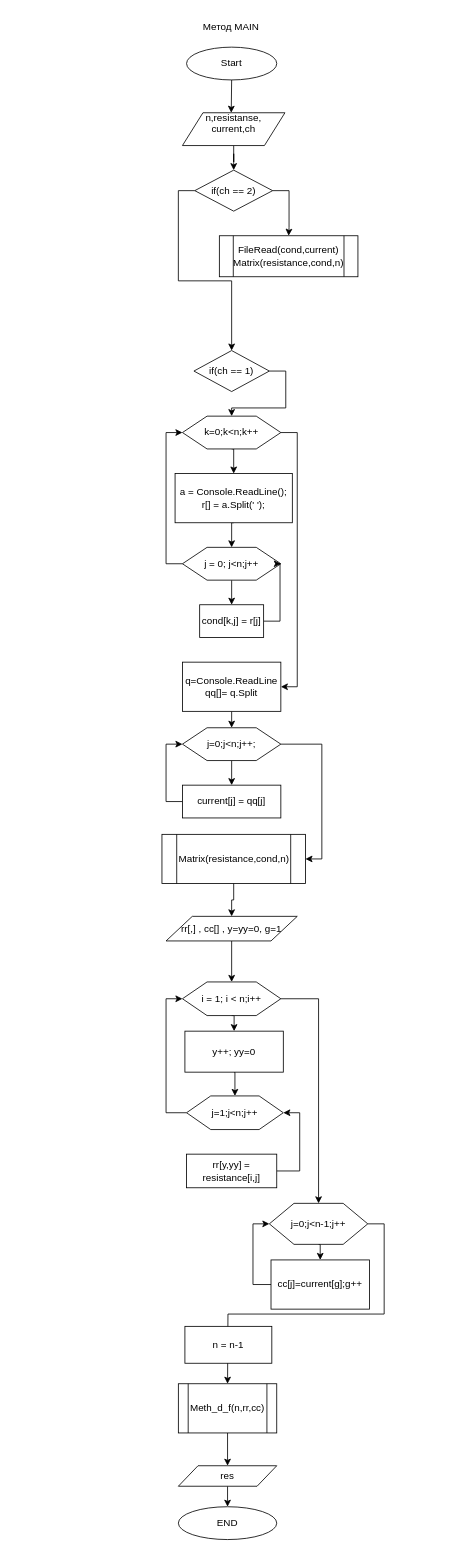
The draw.io diagram page "Page-1" (1 of 4) of Untitled Diagram.drawio in vvpykhtin/doublefact_meth, before the edit. Source tidied: cells renumbered, new cells numbered last; positions are measured from the earlier drawing's top-left corner, leaving out a move shared by most shapes. Both pictures are drawn from the tidied source at 82%, with x=0, y=0 at pixel (162, 19).
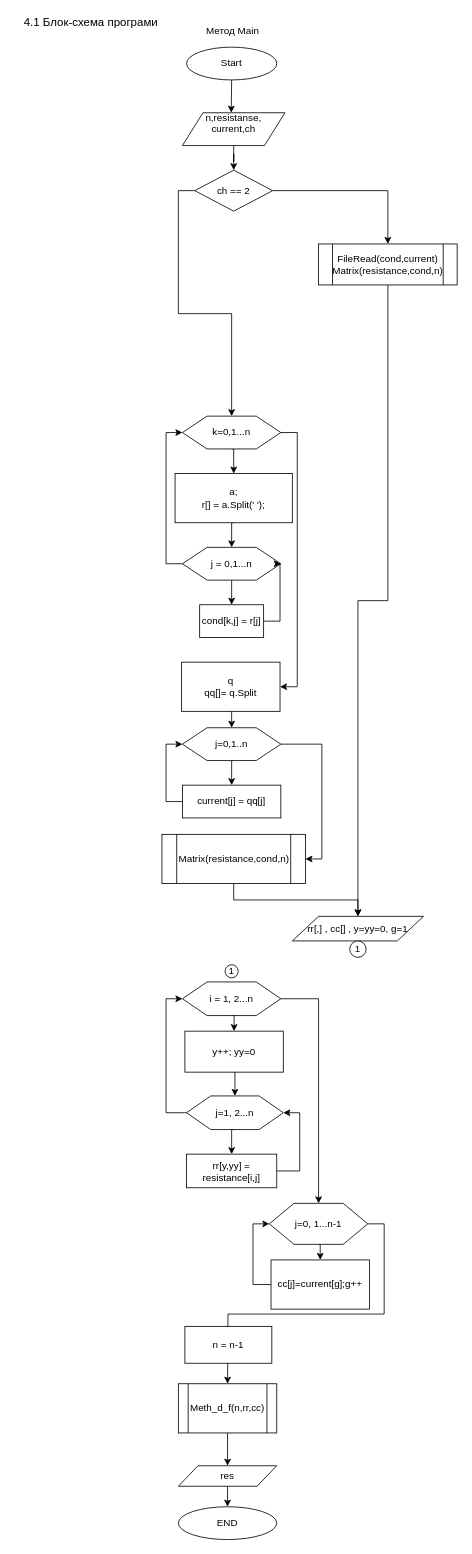
Above is the later version.

The change refers to these unchanged cells:
```xml
<mxCell id="42" value="rr[y,yy] = resistance[i,j]" style="rounded=0;whiteSpace=wrap;html=1;" parent="1" vertex="1">
  <mxGeometry x="30" y="1384" width="110" height="41" as="geometry" />
</mxCell>
```

The edit, as a diff of the source:
```diff
@@
-    <mxCell id="7" style="edgeStyle=orthogonalEdgeStyle;rounded=0;jettySize=auto;html=1;exitX=0;exitY=0.5;exitDx=0;exitDy=0;entryX=0.5;entryY=0;entryDx=0;entryDy=0;" parent="1" edge="1" source="8" target="11">
-      <mxGeometry relative="1" as="geometry" />
-    </mxCell>
+    <mxCell id="55" style="edgeStyle=orthogonalEdgeStyle;rounded=0;jettySize=auto;html=1;exitX=0;exitY=0.5;exitDx=0;exitDy=0;entryX=0.5;entryY=0;entryDx=0;entryDy=0;" parent="1" edge="1" source="8" target="14">
+      <mxGeometry relative="1" as="geometry" />
+    </mxCell>
-    <mxCell id="8" value="if(ch == 2)" style="rhombus;whiteSpace=wrap;html=1;" parent="1" vertex="1">
+    <mxCell id="8" value="ch == 2" style="rhombus;whiteSpace=wrap;html=1;" parent="1" vertex="1">
       <mxGeometry x="40" y="184" width="95" height="50" as="geometry" />
     </mxCell>
+    <mxCell id="56" style="edgeStyle=orthogonalEdgeStyle;rounded=0;jettySize=auto;html=1;exitX=0.5;exitY=1;exitDx=0;exitDy=0;" parent="1" edge="1" source="9" target="35">
+      <mxGeometry relative="1" as="geometry" />
+    </mxCell>
     <mxCell id="9" value="FileRead(cond,current)&lt;br&gt;Matrix(resistance,cond,n)" style="shape=process;whiteSpace=wrap;html=1;backgroundOutline=1;" parent="1" vertex="1">
-      <mxGeometry x="70" y="264" width="169" height="50" as="geometry" />
+      <mxGeometry x="191" y="274" width="169" height="50" as="geometry" />
     </mxCell>
-    <mxCell id="10" style="edgeStyle=orthogonalEdgeStyle;rounded=0;jettySize=auto;html=1;exitX=1;exitY=0.5;exitDx=0;exitDy=0;entryX=0.5;entryY=0;entryDx=0;entryDy=0;" parent="1" edge="1" source="11" target="14">
-      <mxGeometry relative="1" as="geometry" />
-    </mxCell>
-    <mxCell id="11" value="if(ch == 1)" style="rhombus;whiteSpace=wrap;html=1;" parent="1" vertex="1">
-      <mxGeometry x="39" y="404" width="92" height="50" as="geometry" />
-    </mxCell>
@@
-    <mxCell id="14" value="k=0;k&amp;lt;n;k++" style="shape=hexagon;perimeter=hexagonPerimeter2;whiteSpace=wrap;html=1;" parent="1" vertex="1">
+    <mxCell id="14" value="k=0,1...n" style="shape=hexagon;perimeter=hexagonPerimeter2;whiteSpace=wrap;html=1;" parent="1" vertex="1">
       <mxGeometry x="25" y="484" width="120" height="40" as="geometry" />
     </mxCell>
@@
-    <mxCell id="16" value="a = Console.ReadLine();&lt;br&gt;r[] = a.Split(' ');" style="rounded=0;whiteSpace=wrap;html=1;" parent="1" vertex="1">
+    <mxCell id="16" value="a;&lt;br&gt;r[] = a.Split(' ');" style="rounded=0;whiteSpace=wrap;html=1;" parent="1" vertex="1">
       <mxGeometry x="16" y="554" width="143" height="60" as="geometry" />
     </mxCell>
@@
-    <mxCell id="19" value="j = 0; j&amp;lt;n;j++" style="shape=hexagon;perimeter=hexagonPerimeter2;whiteSpace=wrap;html=1;" parent="1" vertex="1">
+    <mxCell id="19" value="j = 0,1...n" style="shape=hexagon;perimeter=hexagonPerimeter2;whiteSpace=wrap;html=1;" parent="1" vertex="1">
       <mxGeometry x="25" y="644" width="120" height="40" as="geometry" />
     </mxCell>
@@
-    <mxCell id="23" value="q=Console.ReadLine&lt;br&gt;qq[]= q.Split" style="rounded=0;whiteSpace=wrap;html=1;" parent="1" vertex="1">
-      <mxGeometry x="25" y="784" width="120" height="60" as="geometry" />
+    <mxCell id="23" value="q&lt;br&gt;qq[]= q.Split" style="rounded=0;whiteSpace=wrap;html=1;" parent="1" vertex="1">
+      <mxGeometry x="24" y="784" width="120" height="60" as="geometry" />
     </mxCell>
@@
-    <mxCell id="26" value="j=0;j&amp;lt;n;j++;" style="shape=hexagon;perimeter=hexagonPerimeter2;whiteSpace=wrap;html=1;" parent="1" vertex="1">
+    <mxCell id="26" value="j=0,1..n" style="shape=hexagon;perimeter=hexagonPerimeter2;whiteSpace=wrap;html=1;" parent="1" vertex="1">
       <mxGeometry x="25" y="864" width="120" height="40" as="geometry" />
     </mxCell>
@@
-    <mxCell id="29" style="edgeStyle=orthogonalEdgeStyle;rounded=0;jettySize=auto;html=1;exitX=0.5;exitY=1;exitDx=0;exitDy=0;" parent="1" edge="1" source="35">
-      <mxGeometry relative="1" as="geometry">
-        <mxPoint x="88" y="1114" as="targetPoint" />
-        <Array as="points">
-          <mxPoint x="88" y="1114" />
-          <mxPoint x="88" y="1114" />
-        </Array>
-      </mxGeometry>
-    </mxCell>
@@
-    <mxCell id="31" style="edgeStyle=orthogonalEdgeStyle;rounded=0;jettySize=auto;html=1;entryX=0.5;entryY=0;entryDx=0;entryDy=0;" parent="1" edge="1" source="35" target="34">
-      <mxGeometry relative="1" as="geometry" />
-    </mxCell>
@@
-    <mxCell id="34" value="i = 1; i &amp;lt; n;i++" style="shape=hexagon;perimeter=hexagonPerimeter2;whiteSpace=wrap;html=1;" parent="1" vertex="1">
+    <mxCell id="34" value="i = 1, 2...n" style="shape=hexagon;perimeter=hexagonPerimeter2;whiteSpace=wrap;html=1;" parent="1" vertex="1">
       <mxGeometry x="25" y="1174" width="120" height="41" as="geometry" />
     </mxCell>
     <mxCell id="35" value="rr[,] , cc[] , y=yy=0, g=1" style="shape=parallelogram;perimeter=parallelogramPerimeter;whiteSpace=wrap;html=1;" parent="1" vertex="1">
-      <mxGeometry x="5" y="1094" width="160" height="30" as="geometry" />
+      <mxGeometry x="159" y="1094" width="160" height="30" as="geometry" />
     </mxCell>
@@
+    <mxCell id="57" style="edgeStyle=orthogonalEdgeStyle;rounded=0;jettySize=auto;html=1;exitX=0.5;exitY=1;exitDx=0;exitDy=0;entryX=0.5;entryY=0;entryDx=0;entryDy=0;" parent="1" edge="1" source="40" target="42">
+      <mxGeometry relative="1" as="geometry" />
+    </mxCell>
-    <mxCell id="40" value="j=1;j&amp;lt;n;j++" style="shape=hexagon;perimeter=hexagonPerimeter2;whiteSpace=wrap;html=1;" parent="1" vertex="1">
+    <mxCell id="40" value="j=1, 2...n" style="shape=hexagon;perimeter=hexagonPerimeter2;whiteSpace=wrap;html=1;" parent="1" vertex="1">
       <mxGeometry x="30" y="1313" width="118" height="41" as="geometry" />
     </mxCell>
@@
-    <mxCell id="45" value="j=0;j&amp;lt;n-1;j++" style="shape=hexagon;perimeter=hexagonPerimeter2;whiteSpace=wrap;html=1;" parent="1" vertex="1">
+    <mxCell id="45" value="j=0, 1...n-1" style="shape=hexagon;perimeter=hexagonPerimeter2;whiteSpace=wrap;html=1;" parent="1" vertex="1">
       <mxGeometry x="131" y="1444" width="120" height="50" as="geometry" />
     </mxCell>
@@
-    <mxCell id="53" value="Метод MAIN" style="text;html=1;align=center;verticalAlign=middle;" parent="1" vertex="1">
-      <mxGeometry x="39" width="90" height="20" as="geometry" />
+    <mxCell id="53" value="Метод Main" style="text;html=1;align=center;verticalAlign=middle;" parent="1" vertex="1">
+      <mxGeometry x="46" y="4" width="80" height="20" as="geometry" />
     </mxCell>
@@
+    <mxCell id="58" value="&lt;font style=&quot;font-size: 14px&quot;&gt;4.1 Блок-схема програми&amp;nbsp;&lt;/font&gt;" style="text;html=1;align=center;verticalAlign=middle;" parent="1" vertex="1">
+      <mxGeometry x="-180" y="-6" width="190" height="20" as="geometry" />
+    </mxCell>
+    <mxCell id="59" value="1" style="ellipse;whiteSpace=wrap;html=1;" parent="1" vertex="1">
+      <mxGeometry x="229" y="1124" width="20" height="20" as="geometry" />
+    </mxCell>
+    <mxCell id="60" value="1" style="ellipse;whiteSpace=wrap;html=1;" parent="1" vertex="1">
+      <mxGeometry x="77" y="1153" width="16" height="16" as="geometry" />
+    </mxCell>
```
